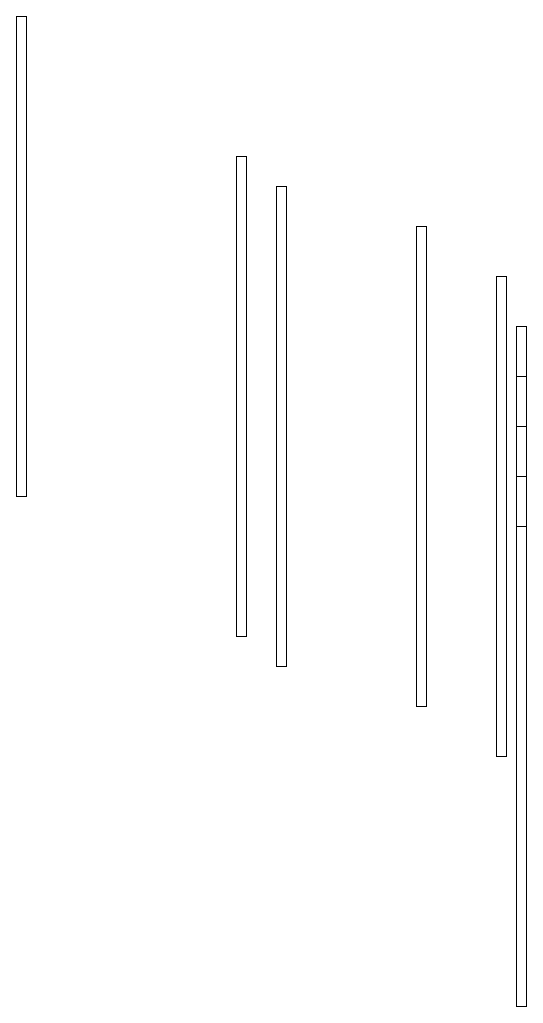
Before: camx-chi.drawio in Yancy35/mydrawnote, a draw.io diagram. Source tidied: cells renumbered, new cells numbered last; positions are measured from the earlier drawing's top-left corner, leaving out a move shared by most shapes. Both pictures are drawn from the tidied source at 100%, with x=0, y=0 at pixel (16, 16).
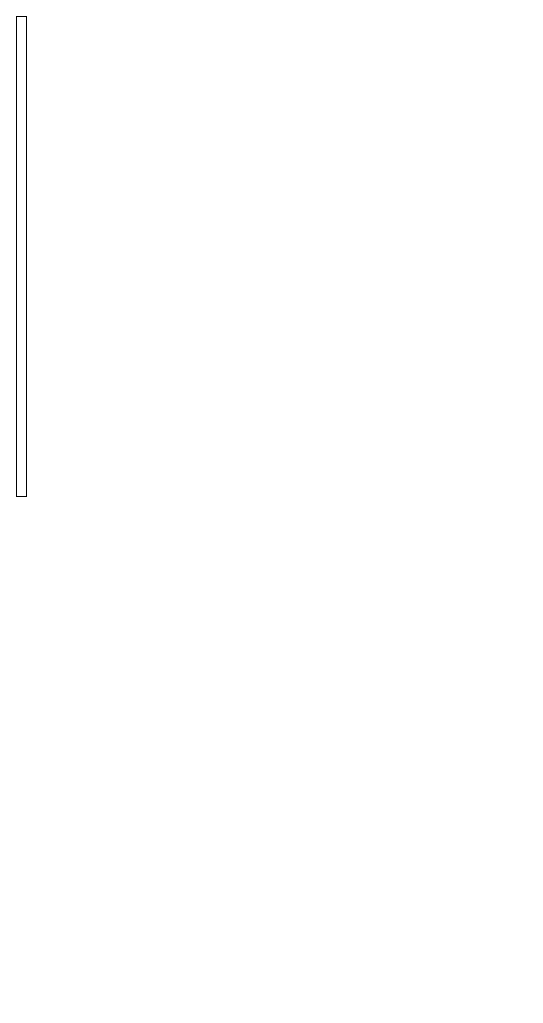
After the change.

Diff of the diagram source:
```diff
@@
 <mxGraphModel>
   <root>
     <mxCell id="0" />
     <mxCell id="1" parent="0" />
     <mxCell id="2" style="html=1;perimeter=orthogonalPerimeter;targetShapes=umlLifeline;newEdgeStyle={&quot;curved&quot;:0,&quot;rounded&quot;:0};" parent="1" vertex="1">
       <mxGeometry width="10" height="480" as="geometry" />
     </mxCell>
-    <mxCell id="3" style="html=1;perimeter=orthogonalPerimeter;targetShapes=umlLifeline;newEdgeStyle={&quot;curved&quot;:0,&quot;rounded&quot;:0};" parent="1" vertex="1">
-      <mxGeometry x="220" y="140" width="10" height="480" as="geometry" />
-    </mxCell>
-    <mxCell id="4" style="html=1;perimeter=orthogonalPerimeter;targetShapes=umlLifeline;newEdgeStyle={&quot;curved&quot;:0,&quot;rounded&quot;:0};" parent="1" vertex="1">
-      <mxGeometry x="260" y="170" width="10" height="480" as="geometry" />
-    </mxCell>
-    <mxCell id="5" style="html=1;perimeter=orthogonalPerimeter;targetShapes=umlLifeline;newEdgeStyle={&quot;curved&quot;:0,&quot;rounded&quot;:0};" parent="1" vertex="1">
-      <mxGeometry x="400" y="210" width="10" height="480" as="geometry" />
-    </mxCell>
-    <mxCell id="6" style="html=1;perimeter=orthogonalPerimeter;targetShapes=umlLifeline;newEdgeStyle={&quot;curved&quot;:0,&quot;rounded&quot;:0};" parent="1" vertex="1">
-      <mxGeometry x="480" y="260" width="10" height="480" as="geometry" />
-    </mxCell>
-    <mxCell id="7" style="html=1;perimeter=orthogonalPerimeter;targetShapes=umlLifeline;newEdgeStyle={&quot;curved&quot;:0,&quot;rounded&quot;:0};" parent="1" vertex="1">
-      <mxGeometry x="500" y="310" width="10" height="480" as="geometry" />
-    </mxCell>
-    <mxCell id="8" style="html=1;perimeter=orthogonalPerimeter;targetShapes=umlLifeline;newEdgeStyle={&quot;curved&quot;:0,&quot;rounded&quot;:0};" parent="1" vertex="1">
-      <mxGeometry x="500" y="360" width="10" height="480" as="geometry" />
-    </mxCell>
-    <mxCell id="9" style="html=1;perimeter=orthogonalPerimeter;targetShapes=umlLifeline;newEdgeStyle={&quot;curved&quot;:0,&quot;rounded&quot;:0};" parent="1" vertex="1">
-      <mxGeometry x="500" y="410" width="10" height="480" as="geometry" />
-    </mxCell>
-    <mxCell id="10" style="html=1;perimeter=orthogonalPerimeter;targetShapes=umlLifeline;newEdgeStyle={&quot;curved&quot;:0,&quot;rounded&quot;:0};" parent="1" vertex="1">
-      <mxGeometry x="500" y="460" width="10" height="480" as="geometry" />
-    </mxCell>
-    <mxCell id="11" style="html=1;perimeter=orthogonalPerimeter;targetShapes=umlLifeline;newEdgeStyle={&quot;curved&quot;:0,&quot;rounded&quot;:0};" parent="1" vertex="1">
-      <mxGeometry x="500" y="510" width="10" height="480" as="geometry" />
-    </mxCell>
   </root>
 </mxGraphModel>
```
